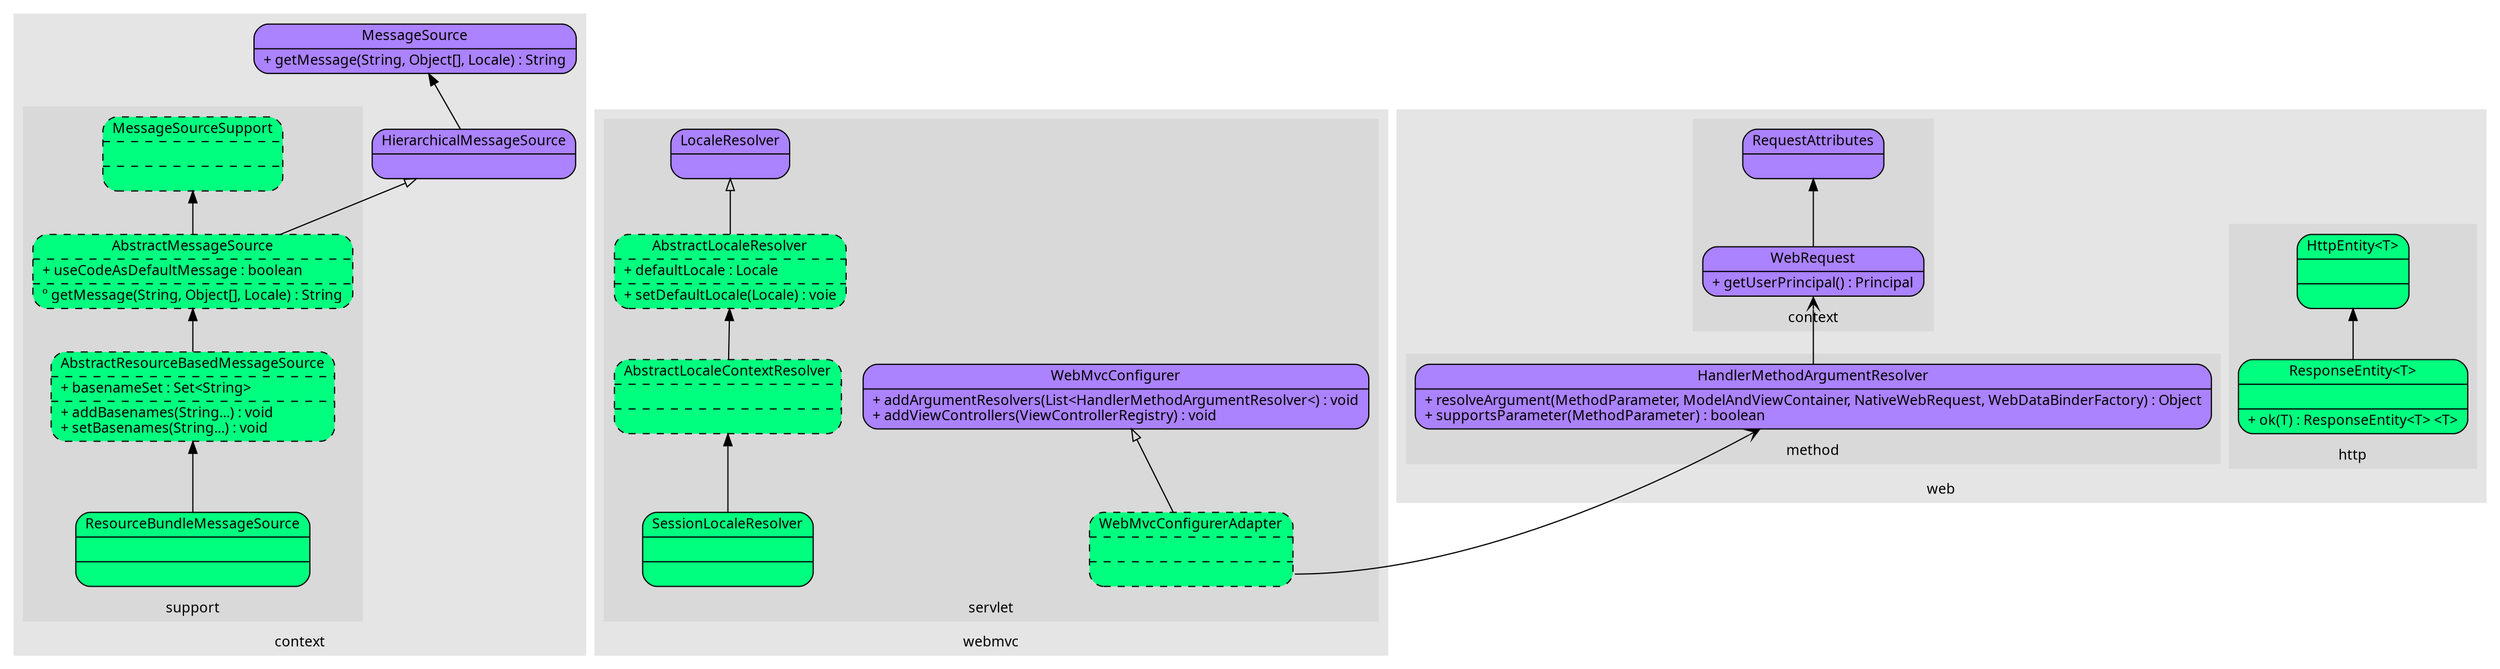
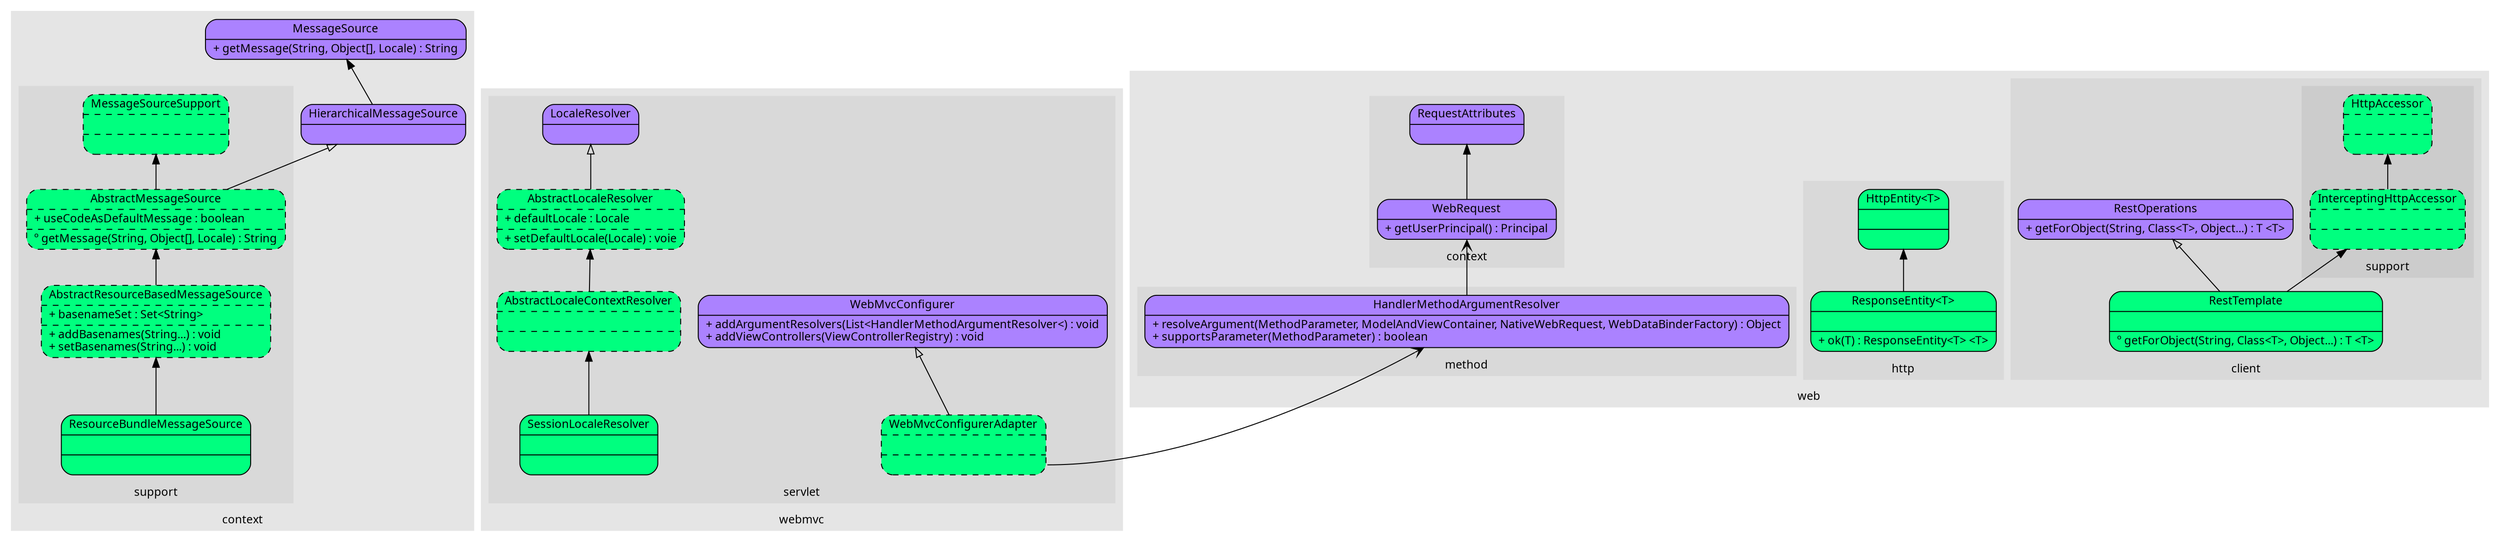
digraph mvc {
	rankdir = BT;
    fontname = "Verdana";
    fontsize = 12;
    node [fontname = "Verdana", fontsize = 12, shape = "record"];
    edge [fontname = "Verdana", fontsize = 12];

    subgraph cluster15 {
		label = "context";
		style = filled;
		color = grey90;
		HierarchicalMessageSource [label = "{<f0>HierarchicalMessageSource|<f2>}", style = "rounded, filled", fillcolor = "mediumpurple1"];
		MessageSource [label = "{<f0>MessageSource|<f2>+ getMessage(String, Object[], Locale) : String\l}", style = "rounded, filled", fillcolor = "mediumpurple1"];

		subgraph cluster1550 {
			label = "support";
			style = filled;
			color = grey85;
			AbstractMessageSource [label = "{<f0>AbstractMessageSource|<f1>+ useCodeAsDefaultMessage : boolean\l|<f2>&#186; getMessage(String, Object[], Locale) : String\l}", style = "rounded, filled, dashed", fillcolor = "springgreen"];
			AbstractResourceBasedMessageSource [label = "{<f0>AbstractResourceBasedMessageSource|<f1>+ basenameSet : Set&lt;String&gt;\l|<f2>+ addBasenames(String...) : void\l+ setBasenames(String...) : void\l}", style = "rounded, filled, dashed", fillcolor = "springgreen"];
			MessageSourceSupport [label = "{<f0>MessageSourceSupport|<f1>|<f2>}", style = "rounded, filled, dashed", fillcolor = "springgreen"];
			ResourceBundleMessageSource [label = "{<f0>ResourceBundleMessageSource|<f1>|<f2>}", style = "rounded, filled", fillcolor = "springgreen"];
		}
	}

    subgraph cluster25 {
		label = "web";
		style = filled;
		color = grey90;
+ 		subgraph cluster15 {
+ 			label = "client";
+ 			style = filled;
+ 			color = grey85;
+ 			RestOperations [label = "{<f0>RestOperations|<f2>+ getForObject(String, Class&lt;T&gt;, Object...) : T &lt;T&gt;\l}", style = "rounded, filled", fillcolor = "mediumpurple1"];
+ 			RestTemplate [label = "{<f0>RestTemplate|<f1>|<f2>&#186; getForObject(String, Class&lt;T&gt;, Object...) : T &lt;T&gt;\l}", style = "rounded, filled", fillcolor = "springgreen"];
+ 
+ 			subgraph cluster50 {
+ 				label = "support";
+ 				style = filled;
+ 				color = grey80;
+ 				HttpAccessor [label = "{<f0>HttpAccessor|<f1>|<f2>}", style = "rounded, filled, dashed", fillcolor = "springgreen"];
+ 				InterceptingHttpAccessor [label = "{<f0>InterceptingHttpAccessor|<f1>|<f2>}", style = "rounded, filled, dashed", fillcolor = "springgreen"];
+ 			}
+ 		}
		subgraph cluster25 {
			label = "context";
			style = filled;
			color = grey85;
			RequestAttributes [label = "{<f0>RequestAttributes|<f2>}", style = "rounded, filled", fillcolor = "mediumpurple1"];
			WebRequest [label = "{<f0>WebRequest|<f2>+ getUserPrincipal() : Principal\l}", style = "rounded, filled", fillcolor = "mediumpurple1"];

		}

-     	subgraph cluster15 {
+     	subgraph cluster55 {
			label = "http";
			style = filled;
			color = grey85;
			HttpEntity [label = "{<f0>HttpEntity&lt;T&gt;|<f1>|<f2>}", style = "rounded, filled", fillcolor = "springgreen"];
			ResponseEntity [label = "{<f0>ResponseEntity&lt;T&gt;|<f1>|<f2>+ ok(T) : ResponseEntity&lt;T&gt; &lt;T&gt;\l}", style = "rounded, filled", fillcolor = "springgreen"];
    	}

	    subgraph cluster75 {
    		label = "method";
			style = filled;
			color = grey85;
    		HandlerMethodArgumentResolver [label = "{<f0>HandlerMethodArgumentResolver|<f2>+ resolveArgument(MethodParameter, ModelAndViewContainer, NativeWebRequest, WebDataBinderFactory) : Object\l+ supportsParameter(MethodParameter) : boolean\l}", style = "rounded, filled", fillcolor = "mediumpurple1"];
    	}
	}

    subgraph cluster75 {
		label = "webmvc";
		style = filled;
		color = grey90;
		subgraph cluster50 {
			label = "servlet";
			style = filled;
			color = grey85;
			AbstractLocaleContextResolver [label = "{<f0>AbstractLocaleContextResolver|<f1>|<f2>}", style = "rounded, filled, dashed", fillcolor = "springgreen"];
			AbstractLocaleResolver [label = "{<f0>AbstractLocaleResolver|<f1>+ defaultLocale : Locale\l|<f2>+ setDefaultLocale(Locale) : voie\l}", style = "rounded, filled, dashed", fillcolor = "springgreen"];
			LocaleResolver [label = "{<f0>LocaleResolver|<f2>}", style = "rounded, filled", fillcolor = "mediumpurple1"];
			SessionLocaleResolver [label = "{<f0>SessionLocaleResolver|<f1>|<f2>}", style = "rounded, filled", fillcolor = "springgreen"];
			WebMvcConfigurer [label = "{<f0>WebMvcConfigurer|<f2>+ addArgumentResolvers(List&lt;HandlerMethodArgumentResolver&lt;) : void\l+ addViewControllers(ViewControllerRegistry) : void\l}", style = "rounded, filled", fillcolor = "mediumpurple1"];
			WebMvcConfigurerAdapter [label = "{<f0>WebMvcConfigurerAdapter|<f1>|<f2>}", style = "rounded, filled, dashed", fillcolor = "springgreen"];
		}
	}

	/*

	// configuration node
	node [shape = "record", style = "rounded, filled"];

	subgraph cluster00 {
		label = "";
		style = filled;
		color = grey90;
	}

	// item_name [label = "item_label", style = "filled", fillcolor = "palegreen"];
	// record_name [shape = "record", label = "{{<f0>interface|{<f10>(other implementers)}}|(other methods)}"];
	// record_without_properties [shape = "record", label = "{<f0>label|<f1>value}"];
	// record_with_properties [shape = "record", label = "{<f0>label|<f1>value|{{<f20>property|<f21>value}}}"];
	// interface_minor [shape = "plaintext", label = "Interface_minor"];
	// interface [label = "{<f0>Interface|<f2>+ method() : return_type\l}", style = "rounded, filled", fillcolor = "mediumpurple1"];
	// abstract_class [label = "{<f0>Abstract_Class|<f1>+ field1 : type\l+ field2 : type\l|<f2>&#170; abstract_method() : return_type\l&#537; static_method() : return_type\l+ method() : return_type\l}", style = "rounded, filled, dashed", fillcolor = "springgreen"];
	// class [label = "{<f0>Class|<f1>+ field1 : type\l+ field2 : type\l&#10765; final_field : type\l&#537; static_field : type\l|<f2>+ method() : return_type\l&#537; static_method() : return_type\l&#186; overriden_method() : return_type\l}", style = "rounded, filled", fillcolor = "springgreen"];
	// bean_record [label = "{<f0>beanId|<f1>beanClass|{{<f20>property1|<f21>property2}}}"];
	// module_record [label = "{<f0>artifactId|<f1>projectName}"];
	*/

	ResponseEntity -> HttpEntity;

	WebMvcConfigurerAdapter:f2 -> HandlerMethodArgumentResolver [arrowhead = "vee"];
	HandlerMethodArgumentResolver -> WebRequest:f2 [arrowhead = "vee"];
	WebRequest -> RequestAttributes;
	WebMvcConfigurerAdapter -> WebMvcConfigurer [arrowhead = "empty"];

	AbstractLocaleResolver -> LocaleResolver [arrowhead = "empty"];
	AbstractLocaleContextResolver -> AbstractLocaleResolver;
	SessionLocaleResolver -> AbstractLocaleContextResolver;

	ResourceBundleMessageSource -> AbstractResourceBasedMessageSource;
	AbstractResourceBasedMessageSource -> AbstractMessageSource;
	AbstractMessageSource -> MessageSourceSupport;
	AbstractMessageSource -> HierarchicalMessageSource [arrowhead = "empty"];
	HierarchicalMessageSource -> MessageSource;

+ 	RestTemplate -> InterceptingHttpAccessor;
+ 	InterceptingHttpAccessor -> HttpAccessor;
+ 	RestTemplate -> RestOperations [arrowhead = "empty"];
+ 
	// Implementation -> Interface [arrowhead = "empty"];
	// Subclass -> Class;
	// SubInterface -> Interface;
	// Referer -> Referee [arrowhead = "vee"];
	// Implementation -> InterfaceMinor [arrowhead = "odot"];

	// This is commented for dot to run, but it SHOULD BE uncommented as soon as dot works fine again
	// ****************** dot cracks from below ******************** //
	// ill link;

	// current is current_progress_item
}
